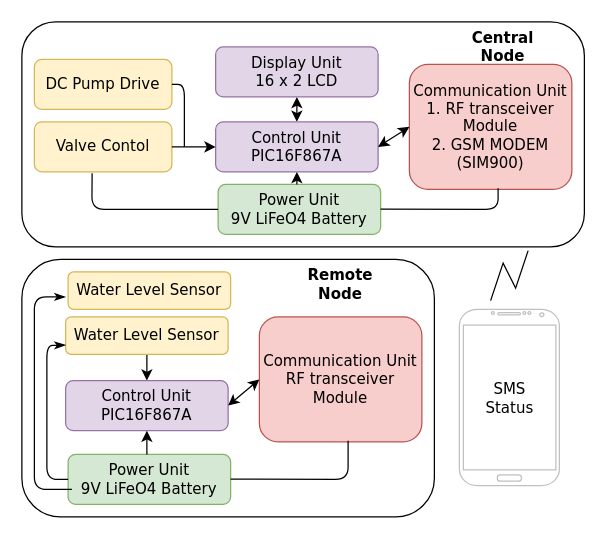
edla4eva/edla4eva.github.io keeps this draw.io diagram as design wsn borehole.drawio. Above is the earlier version. Source tidied: cells renumbered, new cells numbered last; positions are measured from the earlier drawing's top-left corner, leaving out a move shared by most shapes. Both pictures are drawn from the tidied source at 125%, with x=0, y=0 at pixel (21, 21).
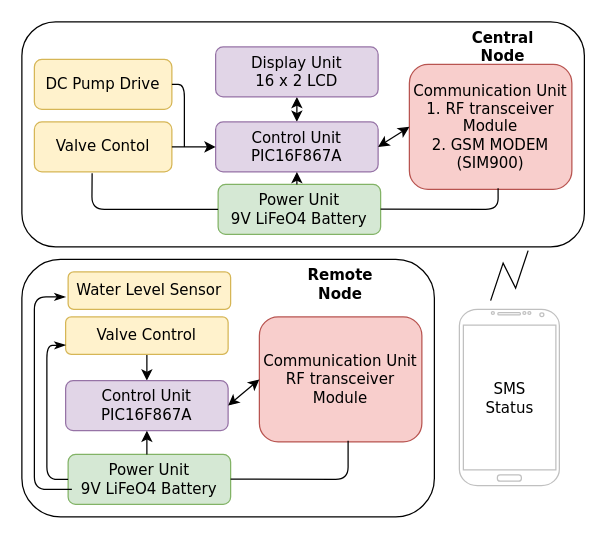
After the change.

Commit message:
Valve control Update design wsn borehole.drawio

Diff of the diagram source:
```diff
@@
-    <mxCell id="21" value="Water Level Sensor" style="rounded=1;whiteSpace=wrap;html=1;fillColor=#fff2cc;strokeColor=#d6b656;fontFamily=Verdana;" parent="1" vertex="1">
+    <mxCell id="21" value="Valve Control" style="rounded=1;whiteSpace=wrap;html=1;fillColor=#fff2cc;strokeColor=#d6b656;fontFamily=Verdana;" parent="1" vertex="1">
       <mxGeometry x="35" y="236" width="130" height="30" as="geometry" />
     </mxCell>
```
